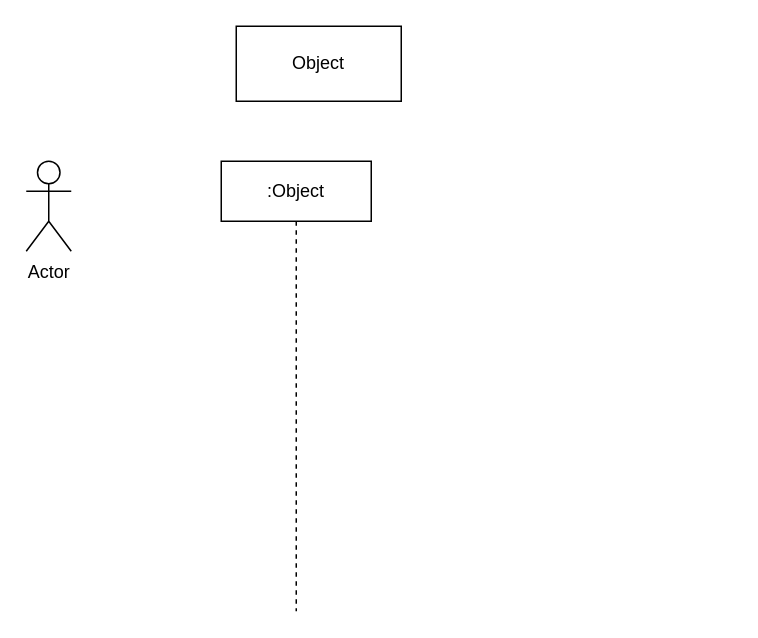
This is 未命名绘图.drawio from 791620110/791620110.github.io, a draw.io file, before an edit. Source tidied: cells renumbered, new cells numbered last; positions are measured from the earlier drawing's top-left corner, leaving out a move shared by most shapes. Both pictures are drawn from the tidied source at 150%, with x=0, y=0 at pixel (26, 26).
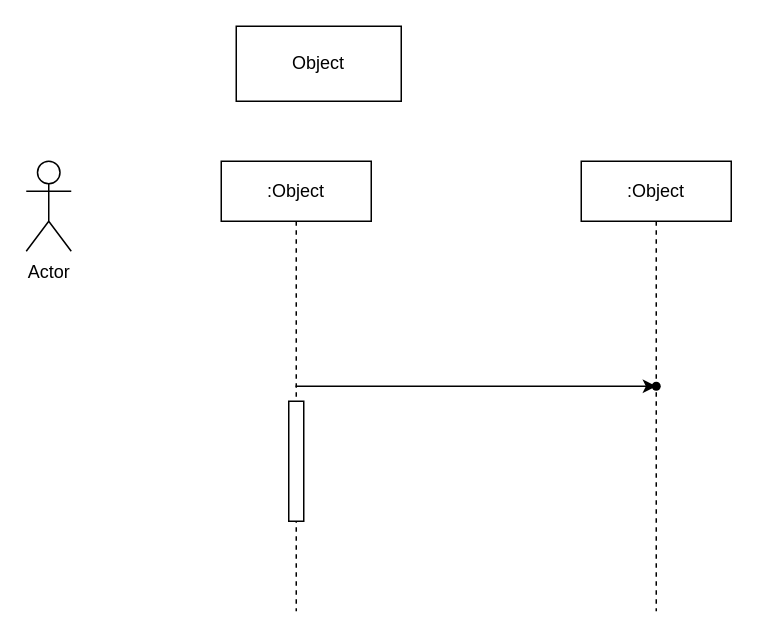
Above is the later version.

Commit message (it also covers changes not shown here):
更新未命名绘图.drawio

The edit, as a diff of the source:
```diff
@@
 <mxGraphModel>
   <root>
     <mxCell id="0" />
     <mxCell id="1" parent="0" />
     <mxCell id="2" value="Object" style="html=1;whiteSpace=wrap;" parent="1" vertex="1">
       <mxGeometry x="140" width="110" height="50" as="geometry" />
     </mxCell>
     <mxCell id="3" value="Actor" style="shape=umlActor;verticalLabelPosition=bottom;verticalAlign=top;html=1;" parent="1" vertex="1">
       <mxGeometry y="90" width="30" height="60" as="geometry" />
     </mxCell>
+    <mxCell id="5" style="edgeStyle=orthogonalEdgeStyle;rounded=0;jettySize=auto;html=1;curved=0;" parent="1" edge="1" source="4" target="8">
+      <mxGeometry relative="1" as="geometry" />
+    </mxCell>
     <mxCell id="4" value=":Object" style="shape=umlLifeline;perimeter=lifelinePerimeter;whiteSpace=wrap;html=1;outlineConnect=0;portConstraint=eastwest;newEdgeStyle={&quot;curved&quot;:0,&quot;rounded&quot;:0};" parent="1" vertex="1">
       <mxGeometry x="130" y="90" width="100" height="300" as="geometry" />
     </mxCell>
+    <mxCell id="6" style="html=1;perimeter=orthogonalPerimeter;targetShapes=umlLifeline;newEdgeStyle={&quot;curved&quot;:0,&quot;rounded&quot;:0};" parent="4" vertex="1">
+      <mxGeometry x="45" y="160" width="10" height="80" as="geometry" />
+    </mxCell>
+    <mxCell id="7" value=":Object" style="shape=umlLifeline;perimeter=lifelinePerimeter;whiteSpace=wrap;html=1;newEdgeStyle={&quot;curved&quot;:0,&quot;rounded&quot;:0};" parent="1" vertex="1">
+      <mxGeometry x="370" y="90" width="100" height="300" as="geometry" />
+    </mxCell>
+    <mxCell id="8" style="shape=waypoint;sketch=0;size=6;points=[];fillColor=default;perimeter=centerPerimeter;snapToPoint=1;" parent="1" vertex="1">
+      <mxGeometry x="410" y="230" width="20" height="20" as="geometry" />
+    </mxCell>
   </root>
 </mxGraphModel>
```
